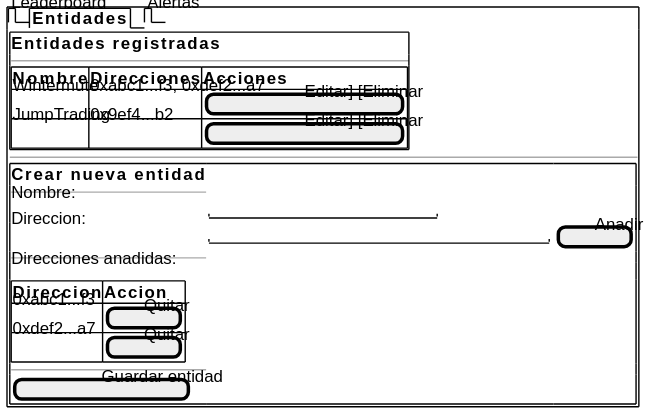
This is imagenes/capitulo2/prototipo-entidades.svg from nekiiiiis/tfg, a PlantUML export, as it was before one commit.
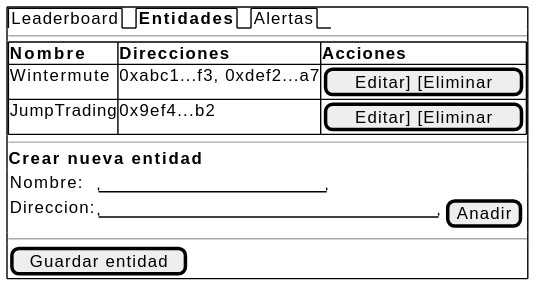
After the commit.

Diff of the diagram source:
```diff
@@ -1,34 +1,19 @@
 @startsalt
-
 {+
   {/ Leaderboard | <b>Entidades | Alertas }
+  ---
+  {#
+    <b>Nombre      | <b>Direcciones                   | <b>Acciones
+    Wintermute  | 0xabc1...f3, 0xdef2...a7        | [Editar] [Eliminar]
+    JumpTrading | 0x9ef4...b2                     | [Editar] [Eliminar]
+  }
+  ---
+  <b>Crear nueva entidad
   {
-    {+
-      <b>Entidades registradas
-      ---
-      {#
-        <b>Nombre | <b>Direcciones | <b>Acciones
-        Wintermute | 0xabc1...f3, 0xdef2...a7 | [Editar] [Eliminar]
-        JumpTrading | 0x9ef4...b2 | [Editar] [Eliminar]
-      }
-    }
-    ---
-    {+
-      <b>Crear nueva entidad
-      ---
-      Nombre: | "                    "
-      Direccion: | "                              " | [Anadir]
-      ---
-      Direcciones anadidas:
-      {#
-        <b>Direccion | <b>Accion
-        0xabc1...f3 | [Quitar]
-        0xdef2...a7 | [Quitar]
-      }
-      ---
-      [Guardar entidad]
-    }
+    Nombre:    | "                    "
+    Direccion: | "                              " | [Anadir]
   }
+  ---
+  [Guardar entidad]
 }
-
 @endsalt
```
